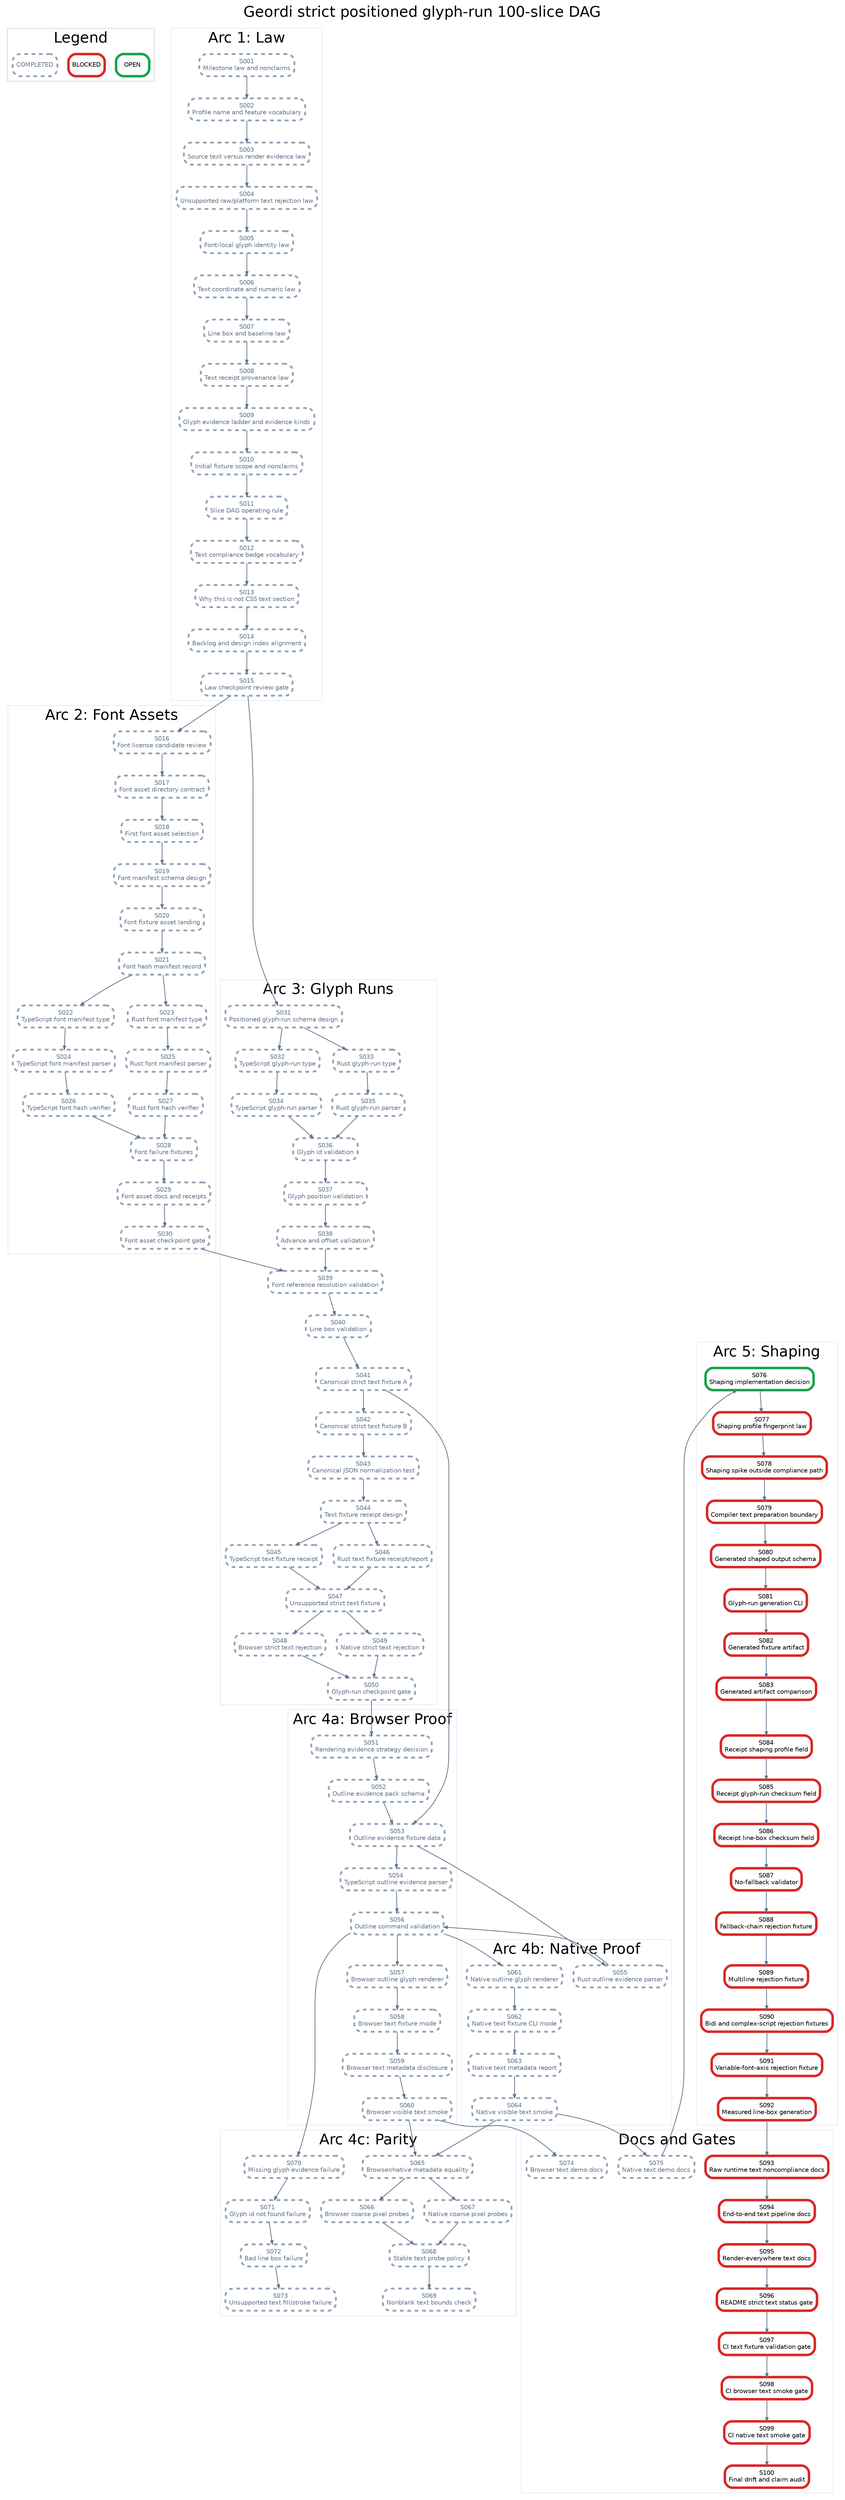
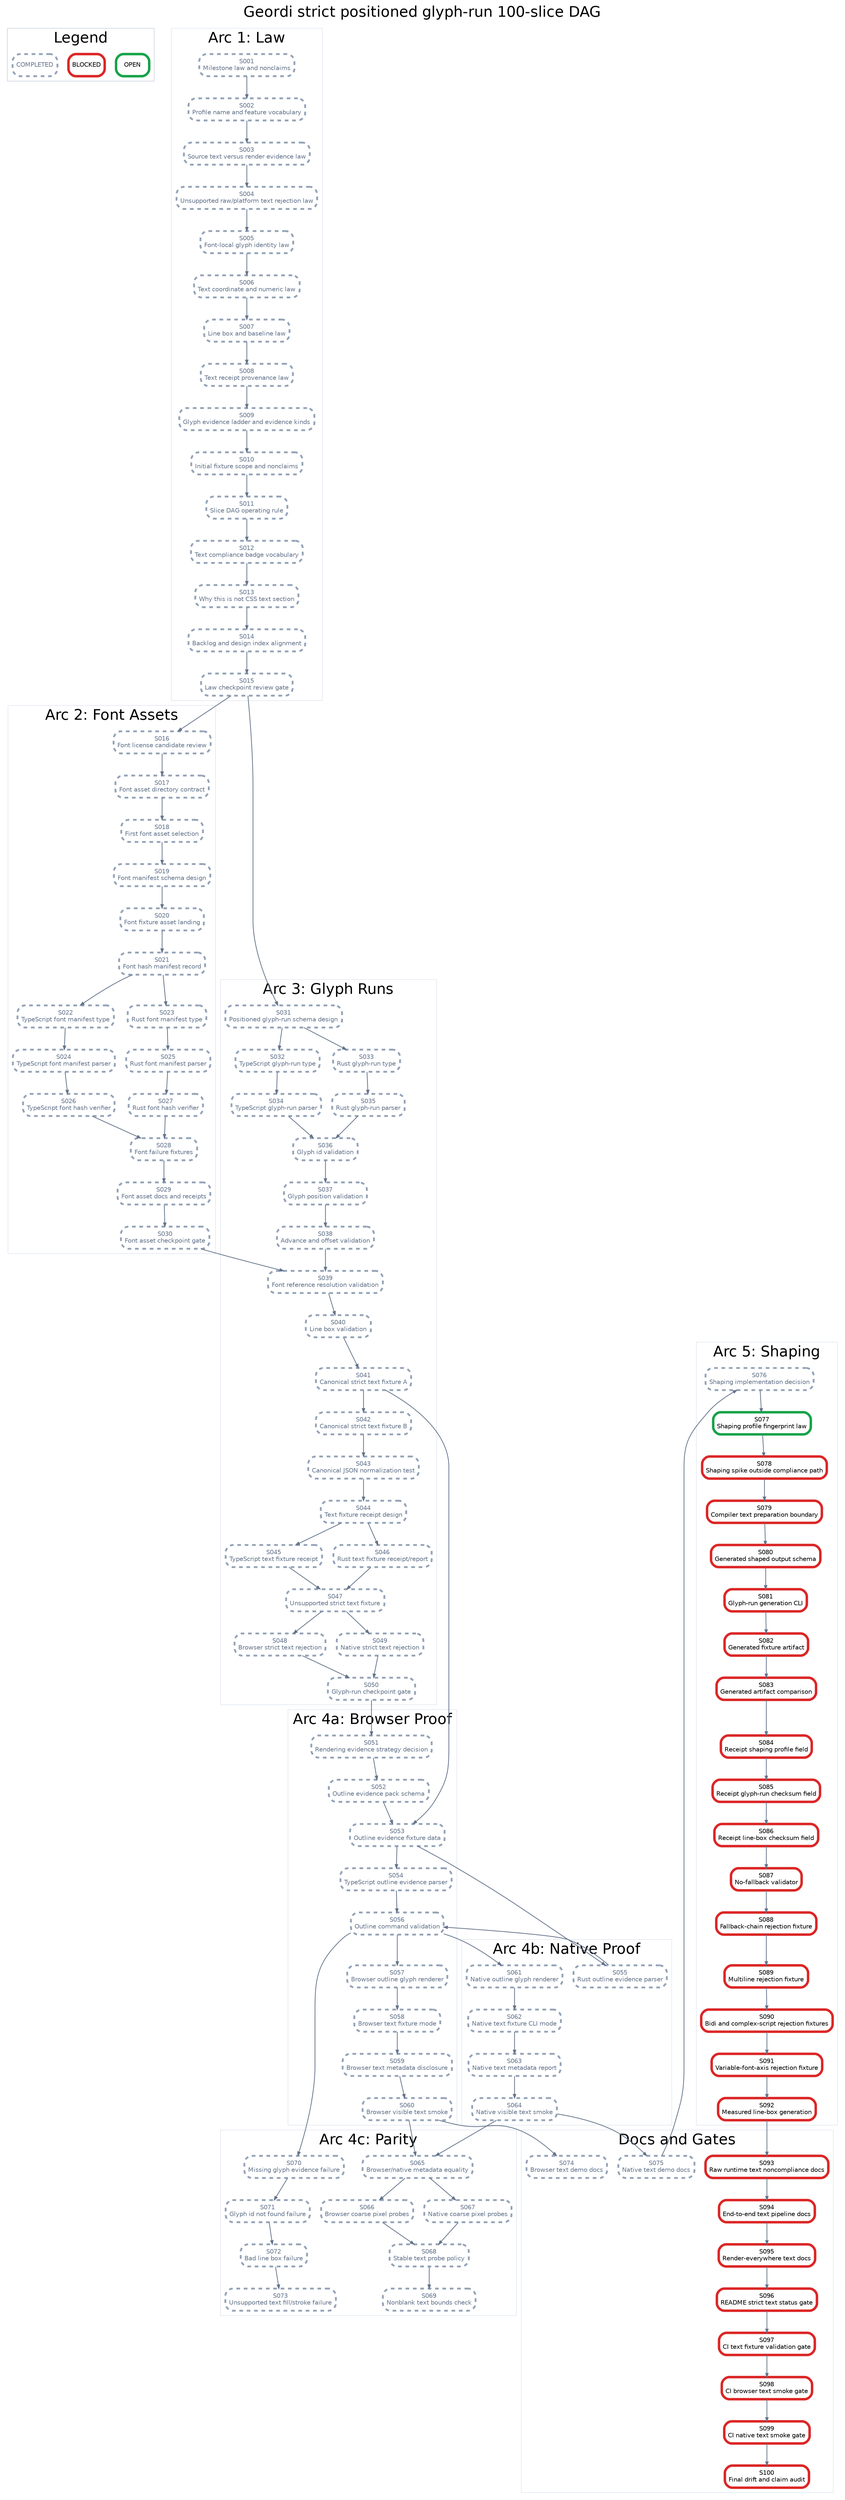
digraph StrictPositionedGlyphRunPlan {
  graph [rankdir=TB, bgcolor="white", fontname="Helvetica", label="Geordi strict positioned glyph-run 100-slice DAG", labelloc="t", fontsize=24];
  node [shape=box, style="rounded,filled", fillcolor="white", fontname="Helvetica", fontsize=10, margin="0.08,0.05"];
  edge [color="#64748b", arrowsize=0.6, penwidth=1.2];

  subgraph cluster_legend {
    label="Legend";
    color="#cbd5e1";
    legend_open [label="OPEN", color="#16a34a", penwidth=4];
    legend_blocked [label="BLOCKED", color="#dc2626", penwidth=4];
    legend_done [label="COMPLETED", color="#94a3b8", penwidth=3, style="rounded,filled,dashed", fontcolor="#64748b"];
  }

  subgraph cluster_law {
    label="Arc 1: Law";
    color="#e2e8f0";
    S001 [label="S001\nMilestone law and nonclaims", color="#94a3b8", penwidth=3, style="rounded,filled,dashed", fontcolor="#64748b"];
    S002 [label="S002\nProfile name and feature vocabulary", color="#94a3b8", penwidth=3, style="rounded,filled,dashed", fontcolor="#64748b"];
    S003 [label="S003\nSource text versus render evidence law", color="#94a3b8", penwidth=3, style="rounded,filled,dashed", fontcolor="#64748b"];
    S004 [label="S004\nUnsupported raw/platform text rejection law", color="#94a3b8", penwidth=3, style="rounded,filled,dashed", fontcolor="#64748b"];
    S005 [label="S005\nFont-local glyph identity law", color="#94a3b8", penwidth=3, style="rounded,filled,dashed", fontcolor="#64748b"];
    S006 [label="S006\nText coordinate and numeric law", color="#94a3b8", penwidth=3, style="rounded,filled,dashed", fontcolor="#64748b"];
    S007 [label="S007\nLine box and baseline law", color="#94a3b8", penwidth=3, style="rounded,filled,dashed", fontcolor="#64748b"];
    S008 [label="S008\nText receipt provenance law", color="#94a3b8", penwidth=3, style="rounded,filled,dashed", fontcolor="#64748b"];
    S009 [label="S009\nGlyph evidence ladder and evidence kinds", color="#94a3b8", penwidth=3, style="rounded,filled,dashed", fontcolor="#64748b"];
    S010 [label="S010\nInitial fixture scope and nonclaims", color="#94a3b8", penwidth=3, style="rounded,filled,dashed", fontcolor="#64748b"];
    S011 [label="S011\nSlice DAG operating rule", color="#94a3b8", penwidth=3, style="rounded,filled,dashed", fontcolor="#64748b"];
    S012 [label="S012\nText compliance badge vocabulary", color="#94a3b8", penwidth=3, style="rounded,filled,dashed", fontcolor="#64748b"];
    S013 [label="S013\nWhy this is not CSS text section", color="#94a3b8", penwidth=3, style="rounded,filled,dashed", fontcolor="#64748b"];
    S014 [label="S014\nBacklog and design index alignment", color="#94a3b8", penwidth=3, style="rounded,filled,dashed", fontcolor="#64748b"];
    S015 [label="S015\nLaw checkpoint review gate", color="#94a3b8", penwidth=3, style="rounded,filled,dashed", fontcolor="#64748b"];
  }

  subgraph cluster_assets {
    label="Arc 2: Font Assets";
    color="#e2e8f0";
    S016 [label="S016\nFont license candidate review", color="#94a3b8", penwidth=3, style="rounded,filled,dashed", fontcolor="#64748b"];
    S017 [label="S017\nFont asset directory contract", color="#94a3b8", penwidth=3, style="rounded,filled,dashed", fontcolor="#64748b"];
    S018 [label="S018\nFirst font asset selection", color="#94a3b8", penwidth=3, style="rounded,filled,dashed", fontcolor="#64748b"];
    S019 [label="S019\nFont manifest schema design", color="#94a3b8", penwidth=3, style="rounded,filled,dashed", fontcolor="#64748b"];
    S020 [label="S020\nFont fixture asset landing", color="#94a3b8", penwidth=3, style="rounded,filled,dashed", fontcolor="#64748b"];
    S021 [label="S021\nFont hash manifest record", color="#94a3b8", penwidth=3, style="rounded,filled,dashed", fontcolor="#64748b"];
    S022 [label="S022\nTypeScript font manifest type", color="#94a3b8", penwidth=3, style="rounded,filled,dashed", fontcolor="#64748b"];
    S023 [label="S023\nRust font manifest type", color="#94a3b8", penwidth=3, style="rounded,filled,dashed", fontcolor="#64748b"];
    S024 [label="S024\nTypeScript font manifest parser", color="#94a3b8", penwidth=3, style="rounded,filled,dashed", fontcolor="#64748b"];
    S025 [label="S025\nRust font manifest parser", color="#94a3b8", penwidth=3, style="rounded,filled,dashed", fontcolor="#64748b"];
    S026 [label="S026\nTypeScript font hash verifier", color="#94a3b8", penwidth=3, style="rounded,filled,dashed", fontcolor="#64748b"];
    S027 [label="S027\nRust font hash verifier", color="#94a3b8", penwidth=3, style="rounded,filled,dashed", fontcolor="#64748b"];
    S028 [label="S028\nFont failure fixtures", color="#94a3b8", penwidth=3, style="rounded,filled,dashed", fontcolor="#64748b"];
    S029 [label="S029\nFont asset docs and receipts", color="#94a3b8", penwidth=3, style="rounded,filled,dashed", fontcolor="#64748b"];
    S030 [label="S030\nFont asset checkpoint gate", color="#94a3b8", penwidth=3, style="rounded,filled,dashed", fontcolor="#64748b"];
  }

  subgraph cluster_glyph {
    label="Arc 3: Glyph Runs";
    color="#e2e8f0";
    S031 [label="S031\nPositioned glyph-run schema design", color="#94a3b8", penwidth=3, style="rounded,filled,dashed", fontcolor="#64748b"];
    S032 [label="S032\nTypeScript glyph-run type", color="#94a3b8", penwidth=3, style="rounded,filled,dashed", fontcolor="#64748b"];
    S033 [label="S033\nRust glyph-run type", color="#94a3b8", penwidth=3, style="rounded,filled,dashed", fontcolor="#64748b"];
    S034 [label="S034\nTypeScript glyph-run parser", color="#94a3b8", penwidth=3, style="rounded,filled,dashed", fontcolor="#64748b"];
    S035 [label="S035\nRust glyph-run parser", color="#94a3b8", penwidth=3, style="rounded,filled,dashed", fontcolor="#64748b"];
    S036 [label="S036\nGlyph id validation", color="#94a3b8", penwidth=3, style="rounded,filled,dashed", fontcolor="#64748b"];
    S037 [label="S037\nGlyph position validation", color="#94a3b8", penwidth=3, style="rounded,filled,dashed", fontcolor="#64748b"];
    S038 [label="S038\nAdvance and offset validation", color="#94a3b8", penwidth=3, style="rounded,filled,dashed", fontcolor="#64748b"];
    S039 [label="S039\nFont reference resolution validation", color="#94a3b8", penwidth=3, style="rounded,filled,dashed", fontcolor="#64748b"];
    S040 [label="S040\nLine box validation", color="#94a3b8", penwidth=3, style="rounded,filled,dashed", fontcolor="#64748b"];
    S041 [label="S041\nCanonical strict text fixture A", color="#94a3b8", penwidth=3, style="rounded,filled,dashed", fontcolor="#64748b"];
    S042 [label="S042\nCanonical strict text fixture B", color="#94a3b8", penwidth=3, style="rounded,filled,dashed", fontcolor="#64748b"];
    S043 [label="S043\nCanonical JSON normalization test", color="#94a3b8", penwidth=3, style="rounded,filled,dashed", fontcolor="#64748b"];
    S044 [label="S044\nText fixture receipt design", color="#94a3b8", penwidth=3, style="rounded,filled,dashed", fontcolor="#64748b"];
    S045 [label="S045\nTypeScript text fixture receipt", color="#94a3b8", penwidth=3, style="rounded,filled,dashed", fontcolor="#64748b"];
    S046 [label="S046\nRust text fixture receipt/report", color="#94a3b8", penwidth=3, style="rounded,filled,dashed", fontcolor="#64748b"];
    S047 [label="S047\nUnsupported strict text fixture", color="#94a3b8", penwidth=3, style="rounded,filled,dashed", fontcolor="#64748b"];
    S048 [label="S048\nBrowser strict text rejection", color="#94a3b8", penwidth=3, style="rounded,filled,dashed", fontcolor="#64748b"];
    S049 [label="S049\nNative strict text rejection", color="#94a3b8", penwidth=3, style="rounded,filled,dashed", fontcolor="#64748b"];
    S050 [label="S050\nGlyph-run checkpoint gate", color="#94a3b8", penwidth=3, style="rounded,filled,dashed", fontcolor="#64748b"];
  }

  subgraph cluster_browser {
    label="Arc 4a: Browser Proof";
    color="#e2e8f0";
    S051 [label="S051\nRendering evidence strategy decision", color="#94a3b8", penwidth=3, style="rounded,filled,dashed", fontcolor="#64748b"];
    S052 [label="S052\nOutline evidence pack schema", color="#94a3b8", penwidth=3, style="rounded,filled,dashed", fontcolor="#64748b"];
    S053 [label="S053\nOutline evidence fixture data", color="#94a3b8", penwidth=3, style="rounded,filled,dashed", fontcolor="#64748b"];
    S054 [label="S054\nTypeScript outline evidence parser", color="#94a3b8", penwidth=3, style="rounded,filled,dashed", fontcolor="#64748b"];
    S056 [label="S056\nOutline command validation", color="#94a3b8", penwidth=3, style="rounded,filled,dashed", fontcolor="#64748b"];
    S057 [label="S057\nBrowser outline glyph renderer", color="#94a3b8", penwidth=3, style="rounded,filled,dashed", fontcolor="#64748b"];
    S058 [label="S058\nBrowser text fixture mode", color="#94a3b8", penwidth=3, style="rounded,filled,dashed", fontcolor="#64748b"];
    S059 [label="S059\nBrowser text metadata disclosure", color="#94a3b8", penwidth=3, style="rounded,filled,dashed", fontcolor="#64748b"];
    S060 [label="S060\nBrowser visible text smoke", color="#94a3b8", penwidth=3, style="rounded,filled,dashed", fontcolor="#64748b"];
  }

  subgraph cluster_native {
    label="Arc 4b: Native Proof";
    color="#e2e8f0";
    S055 [label="S055\nRust outline evidence parser", color="#94a3b8", penwidth=3, style="rounded,filled,dashed", fontcolor="#64748b"];
    S061 [label="S061\nNative outline glyph renderer", color="#94a3b8", penwidth=3, style="rounded,filled,dashed", fontcolor="#64748b"];
    S062 [label="S062\nNative text fixture CLI mode", color="#94a3b8", penwidth=3, style="rounded,filled,dashed", fontcolor="#64748b"];
    S063 [label="S063\nNative text metadata report", color="#94a3b8", penwidth=3, style="rounded,filled,dashed", fontcolor="#64748b"];
    S064 [label="S064\nNative visible text smoke", color="#94a3b8", penwidth=3, style="rounded,filled,dashed", fontcolor="#64748b"];
  }

  subgraph cluster_parity {
    label="Arc 4c: Parity";
    color="#e2e8f0";
    S065 [label="S065\nBrowser/native metadata equality", color="#94a3b8", penwidth=3, style="rounded,filled,dashed", fontcolor="#64748b"];
    S066 [label="S066\nBrowser coarse pixel probes", color="#94a3b8", penwidth=3, style="rounded,filled,dashed", fontcolor="#64748b"];
    S067 [label="S067\nNative coarse pixel probes", color="#94a3b8", penwidth=3, style="rounded,filled,dashed", fontcolor="#64748b"];
    S068 [label="S068\nStable text probe policy", color="#94a3b8", penwidth=3, style="rounded,filled,dashed", fontcolor="#64748b"];
    S069 [label="S069\nNonblank text bounds check", color="#94a3b8", penwidth=3, style="rounded,filled,dashed", fontcolor="#64748b"];
    S070 [label="S070\nMissing glyph evidence failure", color="#94a3b8", penwidth=3, style="rounded,filled,dashed", fontcolor="#64748b"];
    S071 [label="S071\nGlyph id not found failure", color="#94a3b8", penwidth=3, style="rounded,filled,dashed", fontcolor="#64748b"];
    S072 [label="S072\nBad line box failure", color="#94a3b8", penwidth=3, style="rounded,filled,dashed", fontcolor="#64748b"];
    S073 [label="S073\nUnsupported text fill/stroke failure", color="#94a3b8", penwidth=3, style="rounded,filled,dashed", fontcolor="#64748b"];
  }

  subgraph cluster_shaping {
    label="Arc 5: Shaping";
    color="#e2e8f0";
-     S076 [label="S076\nShaping implementation decision", color="#16a34a", penwidth=4];
-     S077 [label="S077\nShaping profile fingerprint law", color="#dc2626", penwidth=4];
+     S076 [label="S076\nShaping implementation decision", color="#94a3b8", penwidth=3, style="rounded,filled,dashed", fontcolor="#64748b"];
+     S077 [label="S077\nShaping profile fingerprint law", color="#16a34a", penwidth=4];
    S078 [label="S078\nShaping spike outside compliance path", color="#dc2626", penwidth=4];
    S079 [label="S079\nCompiler text preparation boundary", color="#dc2626", penwidth=4];
    S080 [label="S080\nGenerated shaped output schema", color="#dc2626", penwidth=4];
    S081 [label="S081\nGlyph-run generation CLI", color="#dc2626", penwidth=4];
    S082 [label="S082\nGenerated fixture artifact", color="#dc2626", penwidth=4];
    S083 [label="S083\nGenerated artifact comparison", color="#dc2626", penwidth=4];
    S084 [label="S084\nReceipt shaping profile field", color="#dc2626", penwidth=4];
    S085 [label="S085\nReceipt glyph-run checksum field", color="#dc2626", penwidth=4];
    S086 [label="S086\nReceipt line-box checksum field", color="#dc2626", penwidth=4];
    S087 [label="S087\nNo-fallback validator", color="#dc2626", penwidth=4];
    S088 [label="S088\nFallback-chain rejection fixture", color="#dc2626", penwidth=4];
    S089 [label="S089\nMultiline rejection fixture", color="#dc2626", penwidth=4];
    S090 [label="S090\nBidi and complex-script rejection fixtures", color="#dc2626", penwidth=4];
    S091 [label="S091\nVariable-font-axis rejection fixture", color="#dc2626", penwidth=4];
    S092 [label="S092\nMeasured line-box generation", color="#dc2626", penwidth=4];
  }

  subgraph cluster_docs {
    label="Docs and Gates";
    color="#e2e8f0";
    S074 [label="S074\nBrowser text demo docs", color="#94a3b8", penwidth=3, style="rounded,filled,dashed", fontcolor="#64748b"];
    S075 [label="S075\nNative text demo docs", color="#94a3b8", penwidth=3, style="rounded,filled,dashed", fontcolor="#64748b"];
    S093 [label="S093\nRaw runtime text noncompliance docs", color="#dc2626", penwidth=4];
    S094 [label="S094\nEnd-to-end text pipeline docs", color="#dc2626", penwidth=4];
    S095 [label="S095\nRender-everywhere text docs", color="#dc2626", penwidth=4];
    S096 [label="S096\nREADME strict text status gate", color="#dc2626", penwidth=4];
    S097 [label="S097\nCI text fixture validation gate", color="#dc2626", penwidth=4];
    S098 [label="S098\nCI browser text smoke gate", color="#dc2626", penwidth=4];
    S099 [label="S099\nCI native text smoke gate", color="#dc2626", penwidth=4];
    S100 [label="S100\nFinal drift and claim audit", color="#dc2626", penwidth=4];
  }

  S001 -> S002;
  S002 -> S003;
  S003 -> S004;
  S004 -> S005;
  S005 -> S006;
  S006 -> S007;
  S007 -> S008;
  S008 -> S009;
  S009 -> S010;
  S010 -> S011;
  S011 -> S012;
  S012 -> S013;
  S013 -> S014;
  S014 -> S015;
  S015 -> S016;
  S016 -> S017;
  S017 -> S018;
  S018 -> S019;
  S019 -> S020;
  S020 -> S021;
  S021 -> S022;
  S021 -> S023;
  S022 -> S024;
  S023 -> S025;
  S024 -> S026;
  S025 -> S027;
  S026 -> S028;
  S027 -> S028;
  S028 -> S029;
  S029 -> S030;
  S015 -> S031;
  S031 -> S032;
  S031 -> S033;
  S032 -> S034;
  S033 -> S035;
  S034 -> S036;
  S035 -> S036;
  S036 -> S037;
  S037 -> S038;
  S038 -> S039;
  S039 -> S040;
  S030 -> S039;
  S040 -> S041;
  S041 -> S042;
  S042 -> S043;
  S043 -> S044;
  S044 -> S045;
  S044 -> S046;
  S045 -> S047;
  S046 -> S047;
  S047 -> S048;
  S047 -> S049;
  S048 -> S050;
  S049 -> S050;
  S050 -> S051;
  S051 -> S052;
  S052 -> S053;
  S041 -> S053;
  S053 -> S054;
  S053 -> S055;
  S054 -> S056;
  S055 -> S056;
  S056 -> S057;
  S057 -> S058;
  S058 -> S059;
  S059 -> S060;
  S056 -> S061;
  S061 -> S062;
  S062 -> S063;
  S063 -> S064;
  S060 -> S065;
  S064 -> S065;
  S065 -> S066;
  S065 -> S067;
  S066 -> S068;
  S067 -> S068;
  S068 -> S069;
  S056 -> S070;
  S070 -> S071;
  S071 -> S072;
  S072 -> S073;
  S060 -> S074;
  S064 -> S075;
  S075 -> S076;
  S076 -> S077;
  S077 -> S078;
  S078 -> S079;
  S079 -> S080;
  S080 -> S081;
  S081 -> S082;
  S082 -> S083;
  S083 -> S084;
  S084 -> S085;
  S085 -> S086;
  S086 -> S087;
  S087 -> S088;
  S088 -> S089;
  S089 -> S090;
  S090 -> S091;
  S091 -> S092;
  S092 -> S093;
  S093 -> S094;
  S094 -> S095;
  S095 -> S096;
  S096 -> S097;
  S097 -> S098;
  S098 -> S099;
  S099 -> S100;
}
